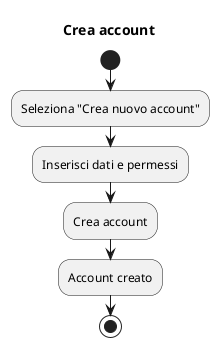
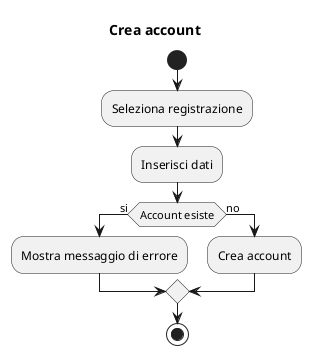
- @startuml account
+ @startuml creaAccount
title Crea account

start

- :Seleziona "Crea nuovo account";
- :Inserisci dati e permessi;
+ :Seleziona registrazione;
+ :Inserisci dati;

- :Crea account;
- :Account creato;
+ if (Account esiste) then (si)
+     :Mostra messaggio di errore;
+ else (no)
+     :Crea account;
+ endif

stop
- @enduml
+ @enduml